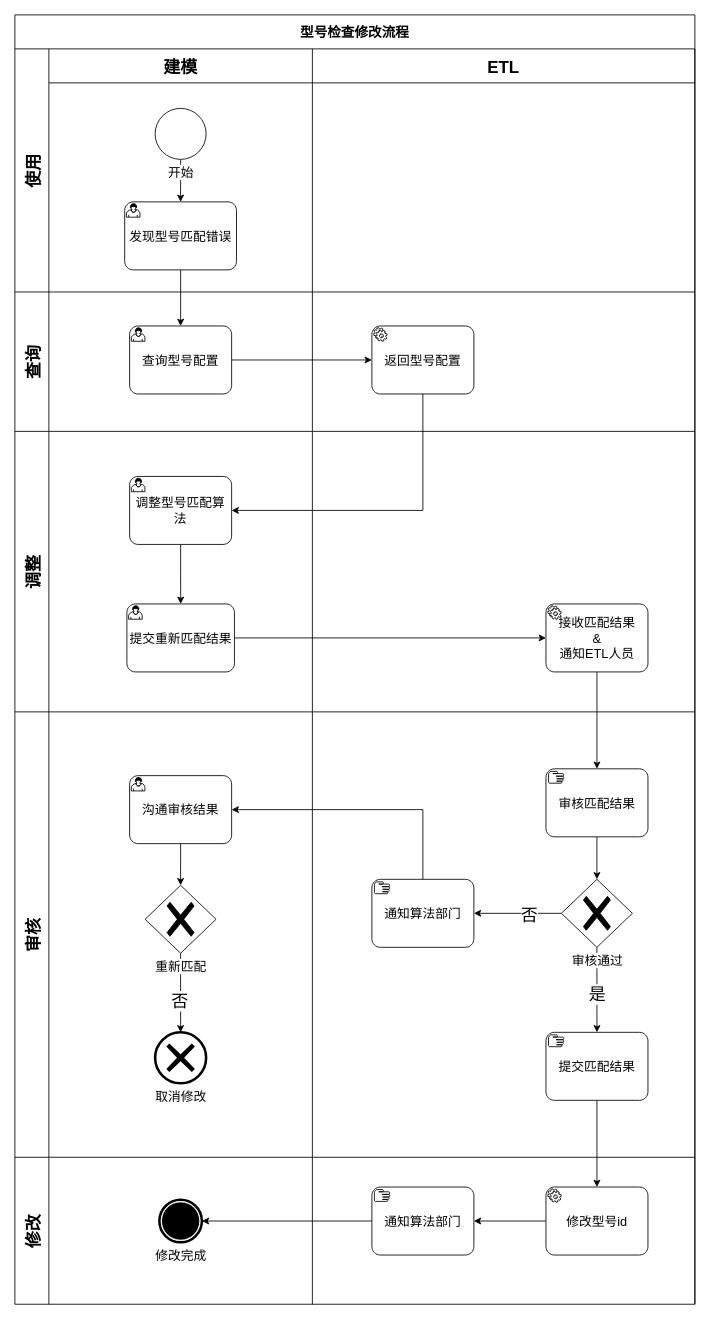
wangzijia122/drawio_repository keeps this draw.io diagram as trim_check_repair.drawio. Above is the earlier version. Source tidied: cells renumbered, new cells numbered last; positions are measured from the earlier drawing's top-left corner, leaving out a move shared by most shapes. Both pictures are drawn from the tidied source at 85%, with x=0, y=0 at pixel (14, 14).
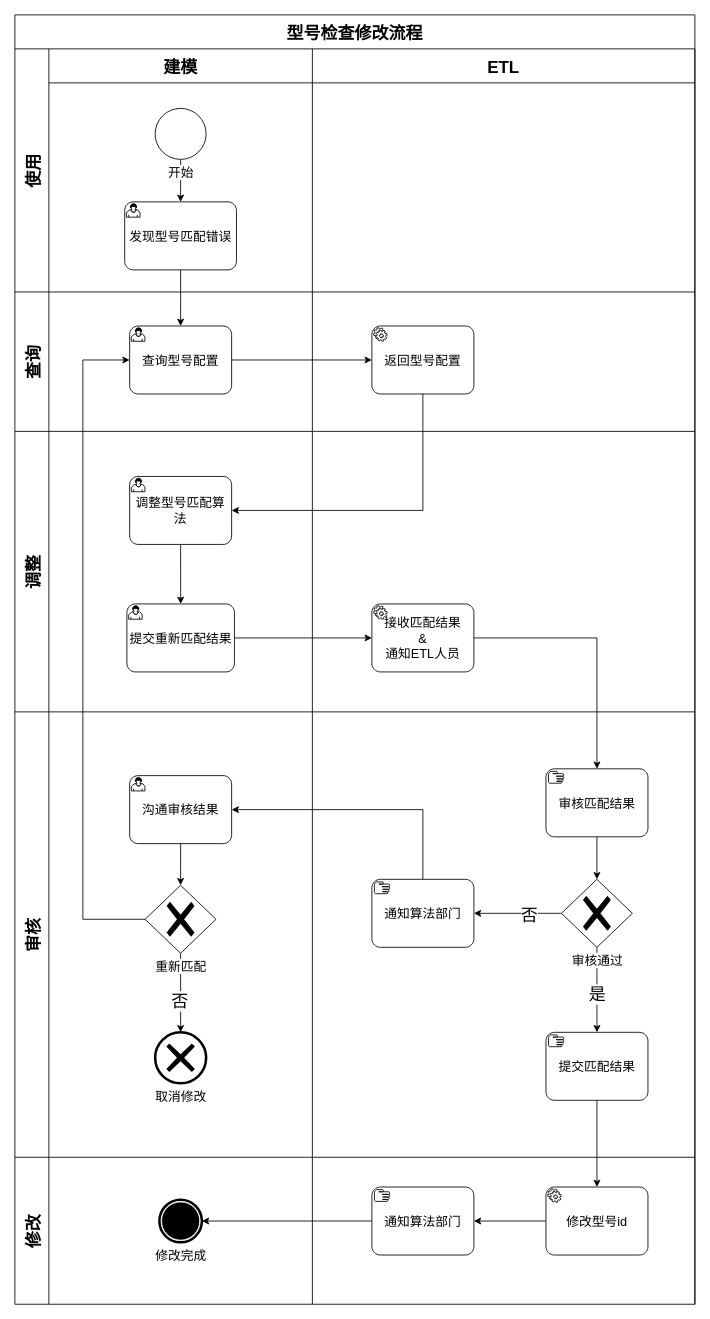
The same page after the edit.

Unchanged cells that the change refers to:
```xml
<mxCell id="13" value="查询型号配置" style="points=[[0.25,0,0],[0.5,0,0],[0.75,0,0],[1,0.25,0],[1,0.5,0],[1,0.75,0],[0.75,1,0],[0.5,1,0],[0.25,1,0],[0,0.75,0],[0,0.5,0],[0,0.25,0]];shape=mxgraph.bpmn.task;whiteSpace=wrap;rectStyle=rounded;size=10;html=1;taskMarker=user;fontSize=15;" parent="12" vertex="1">
  <mxGeometry x="95" y="40" width="120" height="80" as="geometry" />
</mxCell>
<mxCell id="23" style="swimlane;swimlaneHead=0;swimlaneBody=0;fontStyle=1;strokeColor=inherit;fillColor=none;startSize=0;fontSize=16;" parent="18" vertex="1">
  <mxGeometry x="350" width="450" height="330" as="geometry" />
</mxCell>
<mxCell id="35" value="&lt;font style=&quot;font-size: 15px;&quot;&gt;重新匹配&lt;/font&gt;" style="points=[[0.25,0.25,0],[0.5,0,0],[0.75,0.25,0],[1,0.5,0],[0.75,0.75,0],[0.5,1,0],[0.25,0.75,0],[0,0.5,0]];shape=mxgraph.bpmn.gateway2;html=1;verticalLabelPosition=bottom;labelBackgroundColor=#ffffff;verticalAlign=top;align=center;perimeter=rhombusPerimeter;outlineConnect=0;outline=none;symbol=none;gwType=exclusive;" parent="30" vertex="1">
  <mxGeometry x="113.2" y="204" width="83.5" height="80" as="geometry" />
</mxCell>
<mxCell id="38" value="审核匹配结果" style="points=[[0.25,0,0],[0.5,0,0],[0.75,0,0],[1,0.25,0],[1,0.5,0],[1,0.75,0],[0.75,1,0],[0.5,1,0],[0.25,1,0],[0,0.75,0],[0,0.5,0],[0,0.25,0]];shape=mxgraph.bpmn.task;whiteSpace=wrap;rectStyle=rounded;size=10;html=1;taskMarker=manual;fontSize=15;" parent="37" vertex="1">
  <mxGeometry x="274.8" y="67" width="120" height="80" as="geometry" />
</mxCell>
```

What changed in the source:
```diff
@@
-    <mxCell id="2" value="型号检查修改流程" style="shape=table;childLayout=tableLayout;startSize=40;fontSize=16;fontStyle=1;" parent="1" vertex="1">
+    <mxCell id="2" value="型号检查修改流程" style="shape=table;childLayout=tableLayout;startSize=40;fontSize=20;fontStyle=1;" parent="1" vertex="1">
       <mxGeometry width="800" height="1516.9" as="geometry" />
     </mxCell>
@@
     <mxCell id="24" value="接收匹配结果&lt;br style=&quot;font-size: 15px;&quot;&gt;&amp;amp;&lt;br style=&quot;font-size: 15px;&quot;&gt;通知ETL人员" style="points=[[0.25,0,0],[0.5,0,0],[0.75,0,0],[1,0.25,0],[1,0.5,0],[1,0.75,0],[0.75,1,0],[0.5,1,0],[0.25,1,0],[0,0.75,0],[0,0.5,0],[0,0.25,0]];shape=mxgraph.bpmn.task;whiteSpace=wrap;rectStyle=rounded;size=10;html=1;taskMarker=service;fontSize=15;" parent="23" vertex="1">
-      <mxGeometry x="274.8" y="203" width="120" height="80" as="geometry" />
+      <mxGeometry x="70" y="203" width="120" height="80" as="geometry" />
     </mxCell>
@@
-    <mxCell id="27" style="edgeStyle=orthogonalEdgeStyle;rounded=0;jettySize=auto;html=1;exitX=0.5;exitY=1;exitDx=0;exitDy=0;exitPerimeter=0;entryX=0.5;entryY=0;entryDx=0;entryDy=0;entryPerimeter=0;" parent="2" edge="1" source="24" target="38">
-      <mxGeometry relative="1" as="geometry" />
-    </mxCell>
@@
+    <mxCell id="27" style="edgeStyle=orthogonalEdgeStyle;rounded=0;jettySize=auto;html=1;exitX=1;exitY=0.5;exitDx=0;exitDy=0;exitPerimeter=0;entryX=0.5;entryY=0;entryDx=0;entryDy=0;entryPerimeter=0;" parent="2" edge="1" source="24" target="38">
+      <mxGeometry relative="1" as="geometry" />
+    </mxCell>
+    <mxCell id="59" style="edgeStyle=orthogonalEdgeStyle;rounded=0;jettySize=auto;html=1;exitX=0;exitY=0.5;exitDx=0;exitDy=0;exitPerimeter=0;entryX=0;entryY=0.5;entryDx=0;entryDy=0;entryPerimeter=0;" parent="2" edge="1" source="35" target="13">
+      <mxGeometry relative="1" as="geometry">
+        <Array as="points">
+          <mxPoint x="80" y="1064" />
+          <mxPoint x="80" y="406" />
+        </Array>
+      </mxGeometry>
+    </mxCell>
```
